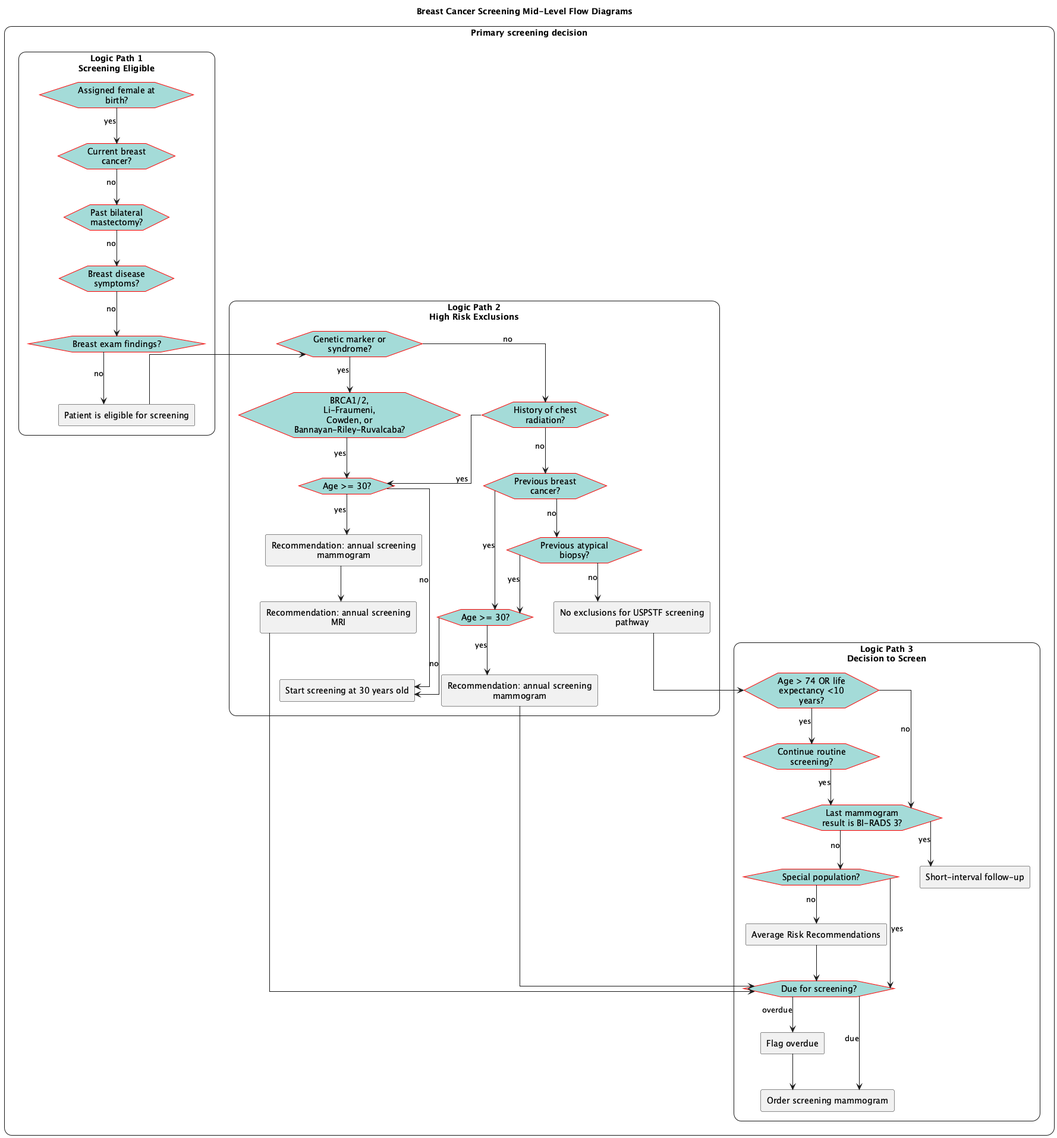
Above: images/flow-MidLevelPrimaryScreeningDecision.png in ccsm-cds-tools/CDC-Breast-Cancer-Screening-CDS-L2 (PlantUML), before the change. Source of this version:
```plantuml
@startuml
skinparam linetype ortho
hide stereotype
<style>
    .main {
        RoundCorner 25
        HorizontalAlignment center
    }
    .roundbox {
        FontStyle bold
        HorizontalAlignment center
        RoundCorner 25
    }
    label {
        FontStyle bold
        HorizontalAlignment center
    }
</style>
title "Breast Cancer Screening Mid-Level Flow Diagrams"
rectangle "Primary screening decision" <<main>> {
    rectangle "Logic Path 1\nScreening Eligible" <<roundbox>> as path_1 {
        !include flow-ScreeningEligible.plantuml
    }
    rectangle "Logic Path 2\nHigh Risk Exclusions" <<roundbox>> as path_2 {
        !include flow-HighRiskExclusions.plantuml
    }
    rectangle "Logic Path 3\nDecision to Screen" <<roundbox>> as path_3 {
        !include flow-DecisionToScreen.plantuml
    }
    act_eligible-up->eve_geneticrisk
    act_noexclusions-->eve_AgeOver74orlifeexp10
    act_acshighriskmri-->eve_due
    act_acsintriskmammo-->eve_due

    remove <<end>>
}
@enduml
```
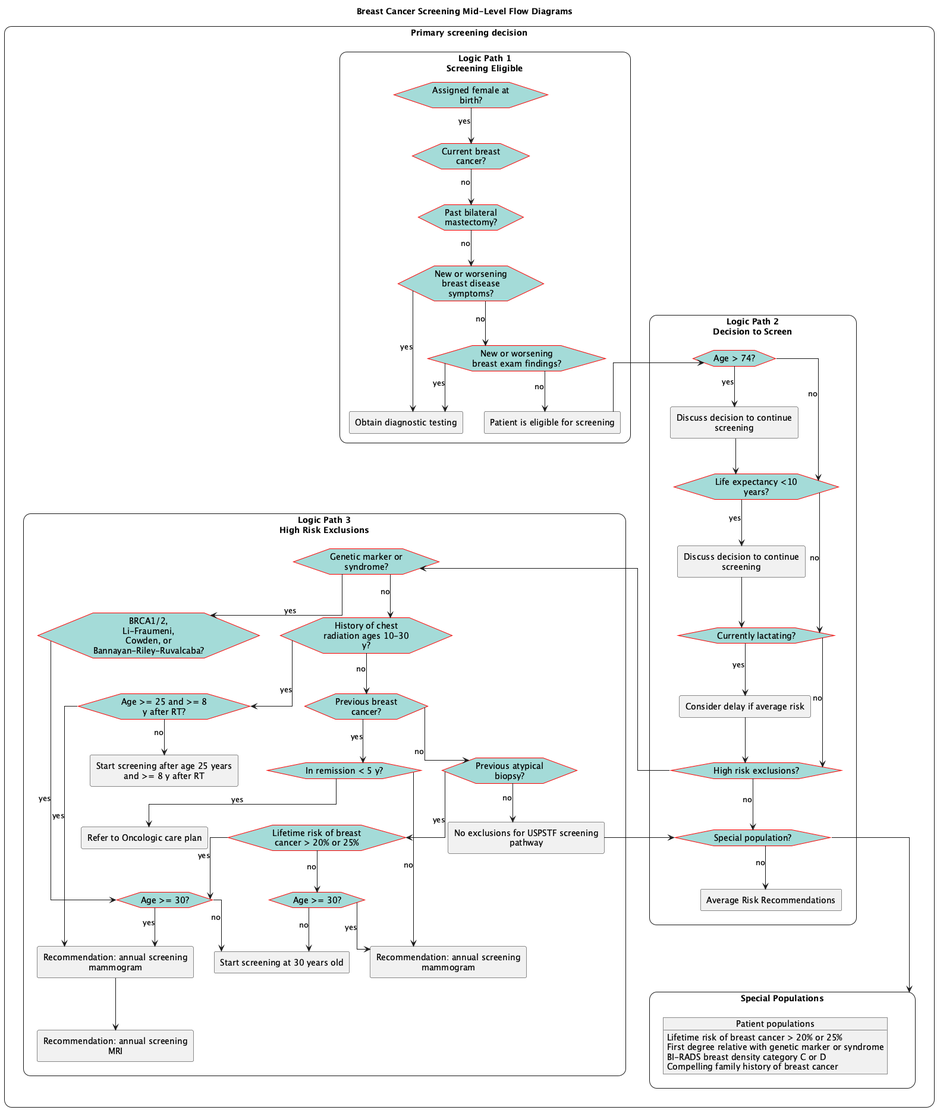
Later version of the same file.

What changed in the source:
```diff
@@ -1,5 +1,6 @@
 @startuml
 skinparam linetype ortho
+allowmixing
 hide stereotype
 <style>
     .main {
@@ -16,21 +17,32 @@
         HorizontalAlignment center
     }
 </style>
+
 title "Breast Cancer Screening Mid-Level Flow Diagrams"
 rectangle "Primary screening decision" <<main>> {
     rectangle "Logic Path 1\nScreening Eligible" <<roundbox>> as path_1 {
         !include flow-ScreeningEligible.plantuml
     }
-    rectangle "Logic Path 2\nHigh Risk Exclusions" <<roundbox>> as path_2 {
+    rectangle "Logic Path 2\nDecision to Screen" <<roundbox>> as path_2 {
+        !include flow-DecisionToScreen.plantuml
+    }
+    rectangle "Logic Path 3\nHigh Risk Exclusions" <<roundbox>> as path_3 {
         !include flow-HighRiskExclusions.plantuml
     }
-    rectangle "Logic Path 3\nDecision to Screen" <<roundbox>> as path_3 {
-        !include flow-DecisionToScreen.plantuml
+    rectangle "Special Populations" as path_sp <<roundbox>> {
+        object "Patient populations" as table {
+            Lifetime risk of breast cancer > 20% or 25%
+            First degree relative with genetic marker or syndrome
+            BI-RADS breast density category C or D
+            Compelling family history of breast cancer
+        }
     }
-    act_eligible-up->eve_geneticrisk
-    act_noexclusions-->eve_AgeOver74orlifeexp10
-    act_acshighriskmri-->eve_due
-    act_acsintriskmammo-->eve_due
+
+    act_eligible-up->eve_AgeOver74
+    eve_highriskexclusions-->eve_geneticrisk
+    act_noexclusions->eve_specialpop
+    eve_specialpop--down-->path_sp
+    path_2-[hidden]->path_3
 
     remove <<end>>
 }
```
